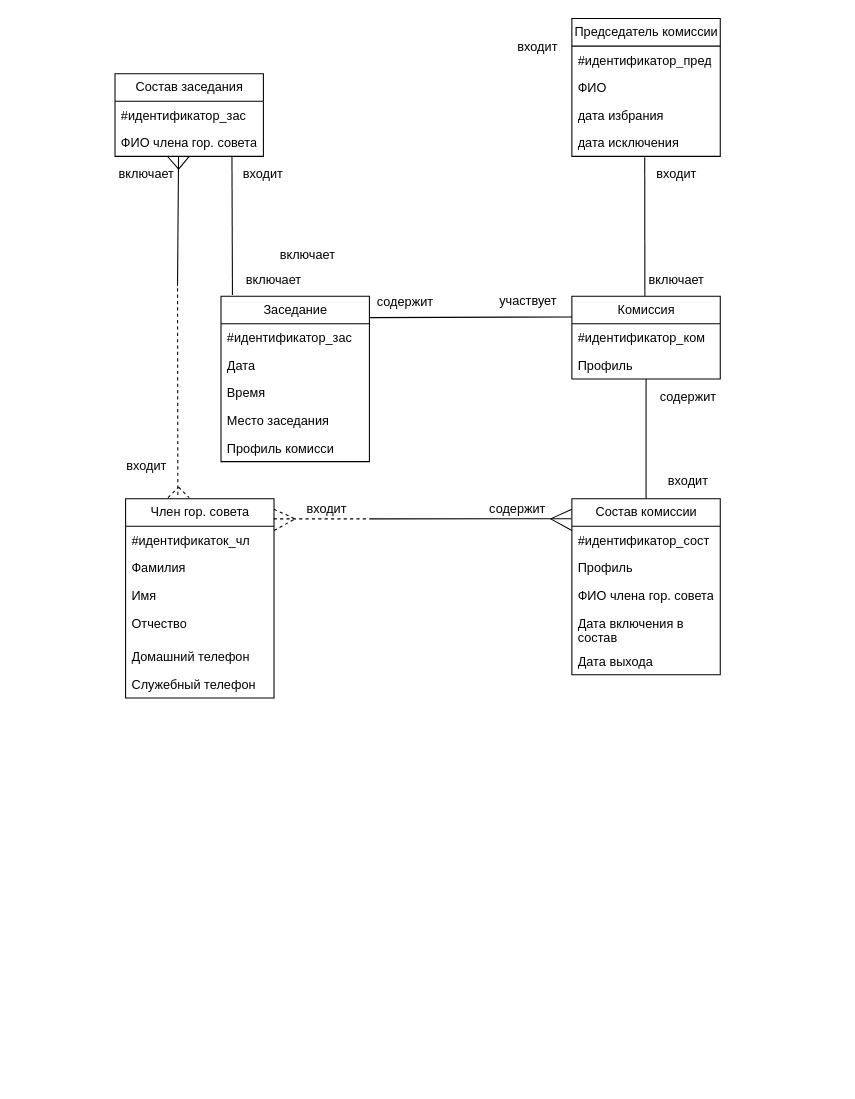
Earlier version of the draw.io diagram Инфологическая модель БД.drawio (hiff0/db-city-council). Source tidied: cells renumbered, new cells numbered last; positions are measured from the earlier drawing's top-left corner, leaving out a move shared by most shapes. Both pictures are drawn from the tidied source at 106%, with x=0, y=0 at pixel (114, 18).
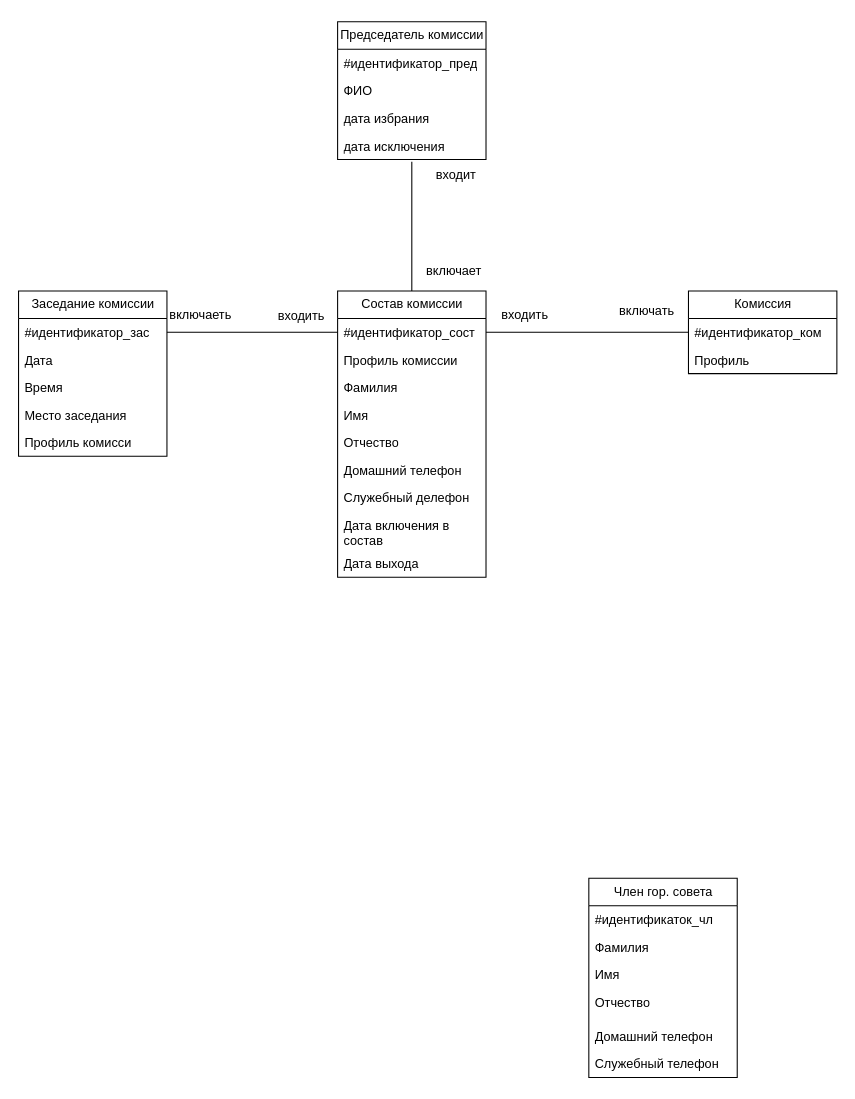
The same page after the edit.

Unchanged cells that the change refers to:
```xml
<mxCell id="10" value="#идентификатор_ком" style="text;strokeColor=none;fillColor=none;align=left;verticalAlign=top;spacingLeft=4;spacingRight=4;overflow=hidden;points=[[0,0.5],[1,0.5]];portConstraint=eastwest;whiteSpace=wrap;html=1;" parent="9" vertex="1">
  <mxGeometry y="26" width="140" height="26" as="geometry" />
</mxCell>
<mxCell id="16" value="дата исключения" style="text;strokeColor=none;fillColor=none;align=left;verticalAlign=top;spacingLeft=4;spacingRight=4;overflow=hidden;points=[[0,0.5],[1,0.5]];portConstraint=eastwest;whiteSpace=wrap;html=1;" parent="12" vertex="1">
  <mxGeometry y="104" width="140" height="26" as="geometry" />
</mxCell>
<mxCell id="18" value="#идентификатор_зас" style="text;strokeColor=none;fillColor=none;align=left;verticalAlign=top;spacingLeft=4;spacingRight=4;overflow=hidden;points=[[0,0.5],[1,0.5]];portConstraint=eastwest;whiteSpace=wrap;html=1;" parent="17" vertex="1">
  <mxGeometry y="26" width="140" height="26" as="geometry" />
</mxCell>
<mxCell id="24" value="#идентификатор_сост" style="text;strokeColor=none;fillColor=none;align=left;verticalAlign=top;spacingLeft=4;spacingRight=4;overflow=hidden;points=[[0,0.5],[1,0.5]];portConstraint=eastwest;whiteSpace=wrap;html=1;" parent="23" vertex="1">
  <mxGeometry y="26" width="140" height="26" as="geometry" />
</mxCell>
```

Diff of the diagram source:
```diff
@@
     <mxCell id="2" value="Член гор. совета" style="swimlane;fontStyle=0;horizontal=1;startSize=26;fillColor=none;html=1;" parent="1" vertex="1">
-      <mxGeometry x="10" y="453" width="140" height="188" as="geometry" />
+      <mxGeometry x="447" y="811" width="140" height="188" as="geometry" />
     </mxCell>
@@
     <mxCell id="9" value="Комиссия" style="swimlane;fontStyle=0;horizontal=1;startSize=26;fillColor=none;html=1;" parent="1" vertex="1">
-      <mxGeometry x="431" y="262" width="140" height="78" as="geometry" />
+      <mxGeometry x="541" y="257" width="140" height="78" as="geometry" />
     </mxCell>
@@
     <mxCell id="12" value="Председатель комиссии" style="swimlane;fontStyle=0;horizontal=1;startSize=26;fillColor=none;html=1;" parent="1" vertex="1">
-      <mxGeometry x="431" width="140" height="130" as="geometry" />
+      <mxGeometry x="210" y="3" width="140" height="130" as="geometry" />
     </mxCell>
@@
-    <mxCell id="17" value="Заседание" style="swimlane;fontStyle=0;horizontal=1;startSize=26;fillColor=none;html=1;" parent="1" vertex="1">
-      <mxGeometry x="100" y="262" width="140" height="156" as="geometry" />
+    <mxCell id="17" value="Заседание комиссии" style="swimlane;fontStyle=0;horizontal=1;startSize=26;fillColor=none;html=1;" parent="1" vertex="1">
+      <mxGeometry x="-91" y="257" width="140" height="156" as="geometry" />
     </mxCell>
@@
     <mxCell id="23" value="Состав комиссии" style="swimlane;fontStyle=0;horizontal=1;startSize=26;fillColor=none;html=1;" parent="1" vertex="1">
-      <mxGeometry x="431" y="453" width="140" height="166" as="geometry" />
+      <mxGeometry x="210" y="257" width="140" height="270" as="geometry" />
     </mxCell>
@@
-    <mxCell id="25" value="Профиль" style="text;strokeColor=none;fillColor=none;align=left;verticalAlign=top;spacingLeft=4;spacingRight=4;overflow=hidden;whiteSpace=wrap;html=1;" parent="23" vertex="1">
+    <mxCell id="25" value="Профиль комиссии" style="text;strokeColor=none;fillColor=none;align=left;verticalAlign=top;spacingLeft=4;spacingRight=4;overflow=hidden;whiteSpace=wrap;html=1;" parent="23" vertex="1">
       <mxGeometry y="52" width="140" height="26" as="geometry" />
     </mxCell>
-    <mxCell id="26" value="ФИО члена гор. совета" style="text;strokeColor=none;fillColor=none;align=left;verticalAlign=top;spacingLeft=4;spacingRight=4;overflow=hidden;whiteSpace=wrap;html=1;" parent="23" vertex="1">
+    <mxCell id="26" value="Фамилия" style="text;strokeColor=none;fillColor=none;align=left;verticalAlign=top;spacingLeft=4;spacingRight=4;overflow=hidden;whiteSpace=wrap;html=1;" parent="23" vertex="1">
       <mxGeometry y="78" width="140" height="26" as="geometry" />
     </mxCell>
+    <mxCell id="62" value="Имя" style="text;strokeColor=none;fillColor=none;align=left;verticalAlign=top;spacingLeft=4;spacingRight=4;overflow=hidden;whiteSpace=wrap;html=1;" parent="23" vertex="1">
+      <mxGeometry y="104" width="140" height="26" as="geometry" />
+    </mxCell>
+    <mxCell id="63" value="Отчество" style="text;strokeColor=none;fillColor=none;align=left;verticalAlign=top;spacingLeft=4;spacingRight=4;overflow=hidden;whiteSpace=wrap;html=1;" parent="23" vertex="1">
+      <mxGeometry y="130" width="140" height="26" as="geometry" />
+    </mxCell>
+    <mxCell id="64" value="Домашний телефон" style="text;strokeColor=none;fillColor=none;align=left;verticalAlign=top;spacingLeft=4;spacingRight=4;overflow=hidden;whiteSpace=wrap;html=1;" parent="23" vertex="1">
+      <mxGeometry y="156" width="140" height="26" as="geometry" />
+    </mxCell>
+    <mxCell id="65" value="Служебный делефон" style="text;strokeColor=none;fillColor=none;align=left;verticalAlign=top;spacingLeft=4;spacingRight=4;overflow=hidden;whiteSpace=wrap;html=1;" parent="23" vertex="1">
+      <mxGeometry y="182" width="140" height="26" as="geometry" />
+    </mxCell>
     <mxCell id="27" value="Дата включения в состав" style="text;strokeColor=none;fillColor=none;align=left;verticalAlign=top;spacingLeft=4;spacingRight=4;overflow=hidden;whiteSpace=wrap;html=1;" parent="23" vertex="1">
-      <mxGeometry y="104" width="140" height="36" as="geometry" />
+      <mxGeometry y="208" width="140" height="36" as="geometry" />
     </mxCell>
     <mxCell id="28" value="Дата выхода" style="text;strokeColor=none;fillColor=none;align=left;verticalAlign=top;spacingLeft=4;spacingRight=4;overflow=hidden;whiteSpace=wrap;html=1;" parent="23" vertex="1">
-      <mxGeometry y="140" width="140" height="26" as="geometry" />
+      <mxGeometry y="244" width="140" height="26" as="geometry" />
     </mxCell>
-    <mxCell id="29" style="endArrow=none;dashed=1;html=1;rounded=0;exitX=0.998;exitY=0.101;exitDx=0;exitDy=0;exitPerimeter=0;" parent="1" edge="1" source="2">
-      <mxGeometry relative="1" as="geometry">
-        <mxPoint x="240" y="472" as="targetPoint" />
-      </mxGeometry>
-    </mxCell>
-    <mxCell id="30" style="endArrow=none;html=1;rounded=0;" parent="1" edge="1">
-      <mxGeometry relative="1" as="geometry">
-        <mxPoint x="411" y="472" as="sourcePoint" />
-        <mxPoint x="431" y="483" as="targetPoint" />
-      </mxGeometry>
-    </mxCell>
-    <mxCell id="31" style="endArrow=none;html=1;rounded=0;" parent="1" edge="1">
-      <mxGeometry relative="1" as="geometry">
-        <mxPoint x="411" y="472" as="sourcePoint" />
-        <mxPoint x="431" y="463" as="targetPoint" />
-      </mxGeometry>
-    </mxCell>
-    <mxCell id="32" value="входит" style="text;html=1;strokeColor=none;fillColor=none;align=center;verticalAlign=middle;whiteSpace=wrap;rounded=0;" parent="1" vertex="1">
-      <mxGeometry x="170" y="458.5" width="60" height="9" as="geometry" />
+    <mxCell id="32" value="входить" style="text;html=1;strokeColor=none;fillColor=none;align=center;verticalAlign=middle;whiteSpace=wrap;rounded=0;" parent="1" vertex="1">
+      <mxGeometry x="146" y="276" width="60" height="9" as="geometry" />
     </mxCell>
-    <mxCell id="33" value="Состав заседания" style="swimlane;fontStyle=0;horizontal=1;startSize=26;fillColor=none;html=1;" parent="1" vertex="1">
-      <mxGeometry y="52" width="140" height="78" as="geometry" />
-    </mxCell>
-    <mxCell id="34" value="#идентификатор_зас&lt;br&gt;" style="text;strokeColor=none;fillColor=none;align=left;verticalAlign=top;spacingLeft=4;spacingRight=4;overflow=hidden;whiteSpace=wrap;html=1;" parent="33" vertex="1">
-      <mxGeometry y="26" width="140" height="26" as="geometry" />
-    </mxCell>
-    <mxCell id="35" value="ФИО члена гор. совета" style="text;strokeColor=none;fillColor=none;align=left;verticalAlign=top;spacingLeft=4;spacingRight=4;overflow=hidden;points=[[0,0.5],[1,0.5]];portConstraint=eastwest;whiteSpace=wrap;html=1;" parent="33" vertex="1">
-      <mxGeometry y="52" width="140" height="26" as="geometry" />
-    </mxCell>
-    <mxCell id="36" value="содержит" style="text;html=1;strokeColor=none;fillColor=none;align=center;verticalAlign=middle;whiteSpace=wrap;rounded=0;" parent="1" vertex="1">
-      <mxGeometry x="350" y="458.5" width="60" height="9" as="geometry" />
-    </mxCell>
-    <mxCell id="37" style="endArrow=none;dashed=1;html=1;rounded=0;" parent="1" edge="1">
-      <mxGeometry relative="1" as="geometry">
-        <mxPoint x="150" y="483" as="sourcePoint" />
-        <mxPoint x="170" y="472" as="targetPoint" />
-      </mxGeometry>
-    </mxCell>
-    <mxCell id="38" style="endArrow=none;dashed=1;html=1;rounded=0;exitX=1.001;exitY=0.015;exitDx=0;exitDy=0;exitPerimeter=0;" parent="1" edge="1">
-      <mxGeometry relative="1" as="geometry">
-        <mxPoint x="150" y="463" as="sourcePoint" />
-        <mxPoint x="170" y="472" as="targetPoint" />
-      </mxGeometry>
-    </mxCell>
-    <mxCell id="39" style="endArrow=none;html=1;rounded=0;exitX=0.5;exitY=0;exitDx=0;exitDy=0;entryX=0.5;entryY=1;entryDx=0;entryDy=0;" parent="1" edge="1" source="23" target="9">
-      <mxGeometry relative="1" as="geometry" />
-    </mxCell>
-    <mxCell id="40" value="входит" style="text;html=1;strokeColor=none;fillColor=none;align=center;verticalAlign=middle;whiteSpace=wrap;rounded=0;" parent="1" vertex="1">
-      <mxGeometry x="511" y="432" width="60" height="9" as="geometry" />
-    </mxCell>
-    <mxCell id="41" value="содержит" style="text;html=1;strokeColor=none;fillColor=none;align=center;verticalAlign=middle;whiteSpace=wrap;rounded=0;" parent="1" vertex="1">
-      <mxGeometry x="511" y="352" width="60" height="9" as="geometry" />
+    <mxCell id="41" value="включать" style="text;html=1;strokeColor=none;fillColor=none;align=center;verticalAlign=middle;whiteSpace=wrap;rounded=0;" parent="1" vertex="1">
+      <mxGeometry x="472" y="271" width="60" height="9" as="geometry" />
     </mxCell>
-    <mxCell id="42" style="endArrow=none;html=1;rounded=0;entryX=-0.004;entryY=0.114;entryDx=0;entryDy=0;entryPerimeter=0;" parent="1" edge="1" target="23">
-      <mxGeometry relative="1" as="geometry">
-        <mxPoint x="240" y="472" as="sourcePoint" />
-      </mxGeometry>
-    </mxCell>
-    <mxCell id="43" style="endArrow=none;html=1;rounded=0;entryX=0;entryY=0.25;entryDx=0;entryDy=0;exitX=1.005;exitY=0.129;exitDx=0;exitDy=0;exitPerimeter=0;" parent="1" edge="1" source="17" target="9">
-      <mxGeometry relative="1" as="geometry" />
-    </mxCell>
-    <mxCell id="44" value="участвует" style="text;html=1;strokeColor=none;fillColor=none;align=center;verticalAlign=middle;whiteSpace=wrap;rounded=0;" parent="1" vertex="1">
-      <mxGeometry x="360" y="262" width="60" height="10" as="geometry" />
-    </mxCell>
-    <mxCell id="45" value="содержит" style="text;html=1;strokeColor=none;fillColor=none;align=center;verticalAlign=middle;whiteSpace=wrap;rounded=0;" parent="1" vertex="1">
-      <mxGeometry x="244" y="263" width="60" height="9" as="geometry" />
-    </mxCell>
-    <mxCell id="46" style="endArrow=none;html=1;rounded=0;entryX=0.788;entryY=0.974;entryDx=0;entryDy=0;entryPerimeter=0;exitX=0.077;exitY=-0.008;exitDx=0;exitDy=0;exitPerimeter=0;" parent="1" edge="1" source="17" target="35">
-      <mxGeometry relative="1" as="geometry" />
-    </mxCell>
-    <mxCell id="47" style="endArrow=none;html=1;rounded=0;entryX=0.491;entryY=1.034;entryDx=0;entryDy=0;entryPerimeter=0;exitX=0.492;exitY=-0.003;exitDx=0;exitDy=0;exitPerimeter=0;" parent="1" edge="1" source="9" target="16">
-      <mxGeometry relative="1" as="geometry" />
-    </mxCell>
-    <mxCell id="48" value="включает" style="text;html=1;strokeColor=none;fillColor=none;align=center;verticalAlign=middle;whiteSpace=wrap;rounded=0;" parent="1" vertex="1">
-      <mxGeometry x="500" y="242" width="60" height="10" as="geometry" />
-    </mxCell>
-    <mxCell id="49" value="входит" style="text;html=1;strokeColor=none;fillColor=none;align=center;verticalAlign=middle;whiteSpace=wrap;rounded=0;" parent="1" vertex="1">
-      <mxGeometry x="500" y="142" width="60" height="10" as="geometry" />
+    <mxCell id="49" value="входить" style="text;html=1;strokeColor=none;fillColor=none;align=center;verticalAlign=middle;whiteSpace=wrap;rounded=0;" parent="1" vertex="1">
+      <mxGeometry x="357" y="275" width="60" height="10" as="geometry" />
     </mxCell>
-    <mxCell id="50" style="endArrow=none;dashed=1;html=1;rounded=0;exitX=0.352;exitY=-0.019;exitDx=0;exitDy=0;exitPerimeter=0;" parent="1" edge="1" source="2">
-      <mxGeometry relative="1" as="geometry">
-        <mxPoint x="59" y="252" as="targetPoint" />
-      </mxGeometry>
-    </mxCell>
-    <mxCell id="51" style="endArrow=none;html=1;rounded=0;entryX=0.428;entryY=0.995;entryDx=0;entryDy=0;entryPerimeter=0;" parent="1" edge="1" target="35">
-      <mxGeometry relative="1" as="geometry">
-        <mxPoint x="59" y="252" as="sourcePoint" />
-      </mxGeometry>
-    </mxCell>
-    <mxCell id="52" style="endArrow=none;html=1;rounded=0;entryX=0.354;entryY=1.005;entryDx=0;entryDy=0;entryPerimeter=0;" parent="1" edge="1" target="35">
-      <mxGeometry relative="1" as="geometry">
-        <mxPoint x="60" y="142" as="sourcePoint" />
-      </mxGeometry>
-    </mxCell>
-    <mxCell id="53" style="endArrow=none;html=1;rounded=0;entryX=0.5;entryY=1;entryDx=0;entryDy=0;" parent="1" edge="1" target="33">
-      <mxGeometry relative="1" as="geometry">
-        <mxPoint x="60" y="142" as="sourcePoint" />
-      </mxGeometry>
-    </mxCell>
-    <mxCell id="54" value="входит" style="text;html=1;strokeColor=none;fillColor=none;align=center;verticalAlign=middle;whiteSpace=wrap;rounded=0;" parent="1" vertex="1">
-      <mxGeometry y="412" width="60" height="20" as="geometry" />
-    </mxCell>
-    <mxCell id="55" value="включает" style="text;html=1;strokeColor=none;fillColor=none;align=center;verticalAlign=middle;whiteSpace=wrap;rounded=0;" parent="1" vertex="1">
-      <mxGeometry y="142" width="60" height="10" as="geometry" />
-    </mxCell>
-    <mxCell id="56" style="endArrow=none;dashed=1;html=1;rounded=0;" parent="1" edge="1">
-      <mxGeometry relative="1" as="geometry">
-        <mxPoint x="50" y="452" as="sourcePoint" />
-        <mxPoint x="60" y="442" as="targetPoint" />
-      </mxGeometry>
-    </mxCell>
-    <mxCell id="57" style="endArrow=none;dashed=1;html=1;rounded=0;" parent="1" edge="1">
-      <mxGeometry relative="1" as="geometry">
-        <mxPoint x="60" y="442" as="sourcePoint" />
-        <mxPoint x="70" y="452" as="targetPoint" />
-      </mxGeometry>
-    </mxCell>
-    <mxCell id="58" value="входит" style="text;html=1;strokeColor=none;fillColor=none;align=center;verticalAlign=middle;whiteSpace=wrap;rounded=0;" parent="1" vertex="1">
-      <mxGeometry x="110" y="142" width="60" height="9" as="geometry" />
-    </mxCell>
     <mxCell id="59" value="включает" style="text;html=1;strokeColor=none;fillColor=none;align=center;verticalAlign=middle;whiteSpace=wrap;rounded=0;" parent="1" vertex="1">
-      <mxGeometry x="120" y="242" width="60" height="10" as="geometry" />
+      <mxGeometry x="290" y="233" width="60" height="10" as="geometry" />
     </mxCell>
     <mxCell id="60" value="входит" style="text;html=1;strokeColor=none;fillColor=none;align=center;verticalAlign=middle;whiteSpace=wrap;rounded=0;" parent="1" vertex="1">
-      <mxGeometry x="369" y="22" width="60" height="10" as="geometry" />
+      <mxGeometry x="292" y="143" width="60" height="10" as="geometry" />
     </mxCell>
-    <mxCell id="61" value="включает" style="text;html=1;strokeColor=none;fillColor=none;align=center;verticalAlign=middle;whiteSpace=wrap;rounded=0;" parent="1" vertex="1">
-      <mxGeometry x="152" y="218" width="60" height="10" as="geometry" />
+    <mxCell id="61" value="включаеть" style="text;html=1;strokeColor=none;fillColor=none;align=center;verticalAlign=middle;whiteSpace=wrap;rounded=0;" parent="1" vertex="1">
+      <mxGeometry x="51" y="275" width="60" height="10" as="geometry" />
     </mxCell>
+    <mxCell id="66" style="endArrow=none;html=1;rounded=0;exitX=1;exitY=0.5;exitDx=0;exitDy=0;entryX=0;entryY=0.5;entryDx=0;entryDy=0;" parent="1" edge="1" source="18" target="24">
+      <mxGeometry relative="1" as="geometry" />
+    </mxCell>
+    <mxCell id="67" style="endArrow=none;html=1;rounded=0;entryX=0;entryY=0.5;entryDx=0;entryDy=0;exitX=1;exitY=0.5;exitDx=0;exitDy=0;" parent="1" edge="1" source="24" target="10">
+      <mxGeometry relative="1" as="geometry" />
+    </mxCell>
+    <mxCell id="68" style="endArrow=none;html=1;rounded=0;entryX=0.5;entryY=1.081;entryDx=0;entryDy=0;entryPerimeter=0;exitX=0.5;exitY=0;exitDx=0;exitDy=0;" parent="1" edge="1" source="23" target="16">
+      <mxGeometry relative="1" as="geometry" />
+    </mxCell>
```
